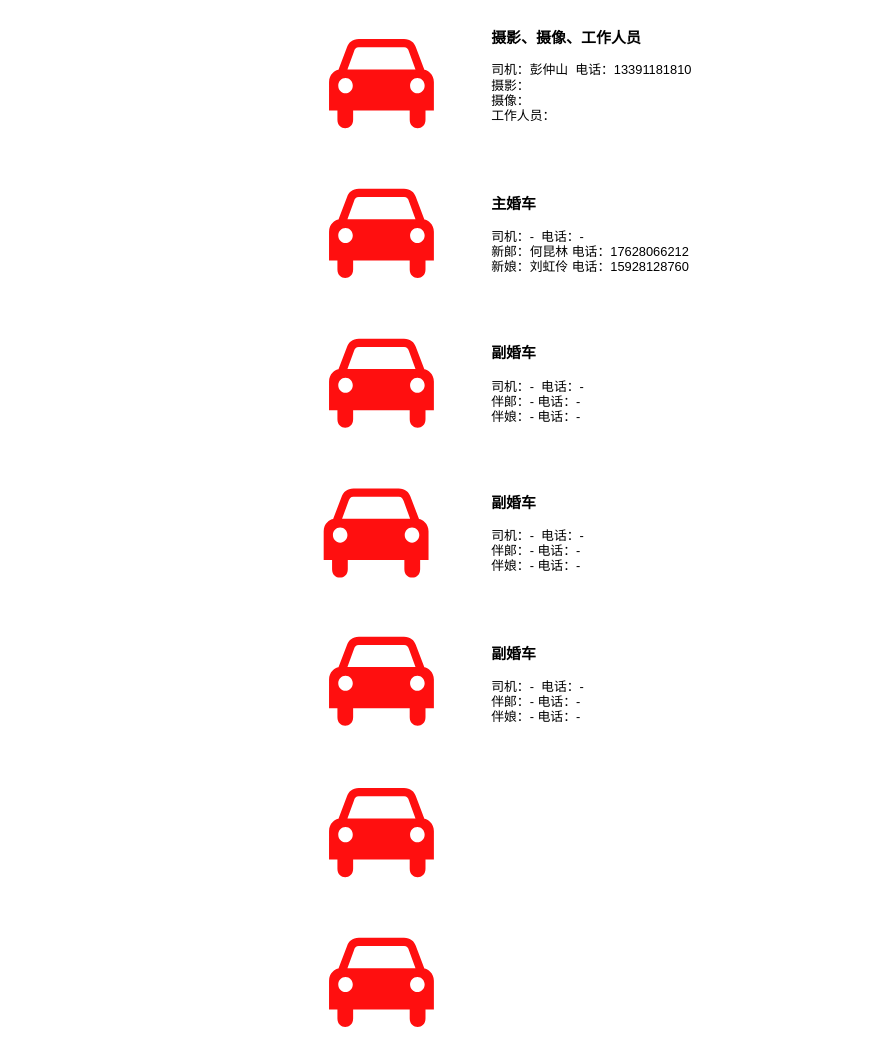
Before: 结婚车队顺序.drawio in rexlin600/diagrams, a draw.io diagram. Source tidied: cells renumbered, new cells numbered last; positions are measured from the earlier drawing's top-left corner, leaving out a move shared by most shapes. Both pictures are drawn from the tidied source at 107%, with x=0, y=0 at pixel (323, 28).
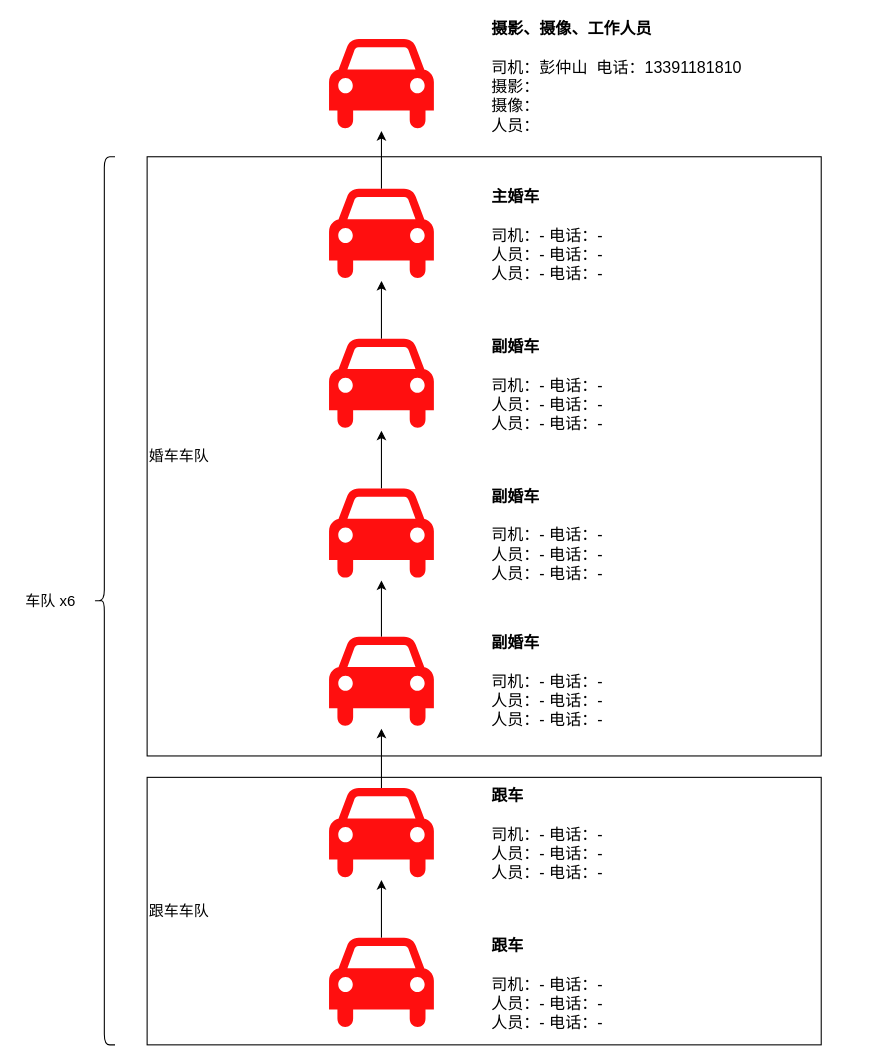
The same page after the edit.

Commit message:
Update 结婚车队顺序.drawio

Unchanged cells that the change refers to:
```xml
<mxCell id="2" style="shape=mxgraph.signs.transportation.car_4;html=1;fillColor=#FF0F0F;strokeColor=none;verticalLabelPosition=bottom;verticalAlign=top;align=center;" parent="1" vertex="1">
  <mxGeometry x="5" y="150" width="98" height="86" as="geometry" />
</mxCell>
<mxCell id="3" style="shape=mxgraph.signs.transportation.car_4;html=1;fillColor=#FF0F0F;strokeColor=none;verticalLabelPosition=bottom;verticalAlign=top;align=center;" parent="1" vertex="1">
  <mxGeometry x="5" y="290" width="98" height="86" as="geometry" />
</mxCell>
<mxCell id="5" style="shape=mxgraph.signs.transportation.car_4;html=1;fillColor=#FF0F0F;strokeColor=none;verticalLabelPosition=bottom;verticalAlign=top;align=center;" parent="1" vertex="1">
  <mxGeometry x="5" y="568.5" width="98" height="86" as="geometry" />
</mxCell>
<mxCell id="6" style="shape=mxgraph.signs.transportation.car_4;html=1;fillColor=#FF0F0F;strokeColor=none;verticalLabelPosition=bottom;verticalAlign=top;align=center;" parent="1" vertex="1">
  <mxGeometry x="5" y="710" width="98" height="86" as="geometry" />
</mxCell>
<mxCell id="7" style="shape=mxgraph.signs.transportation.car_4;html=1;fillColor=#FF0F0F;strokeColor=none;verticalLabelPosition=bottom;verticalAlign=top;align=center;" parent="1" vertex="1">
  <mxGeometry x="5" y="850" width="98" height="86" as="geometry" />
</mxCell>
<mxCell id="8" style="shape=mxgraph.signs.transportation.car_4;html=1;fillColor=#FF0F0F;strokeColor=none;verticalLabelPosition=bottom;verticalAlign=top;align=center;" parent="1" vertex="1">
  <mxGeometry x="5" y="10" width="98" height="86" as="geometry" />
</mxCell>
```

Change to the diagram source:
```diff
@@
+    <mxCell id="14" value="跟车车队" style="rounded=0;whiteSpace=wrap;html=1;fontSize=14;align=left;" parent="1" vertex="1">
+      <mxGeometry x="-165" y="700" width="630" height="250" as="geometry" />
+    </mxCell>
+    <mxCell id="15" value="婚车车队" style="rounded=0;whiteSpace=wrap;html=1;fontSize=14;align=left;" parent="1" vertex="1">
+      <mxGeometry x="-165" y="120" width="630" height="560" as="geometry" />
+    </mxCell>
+    <mxCell id="16" style="edgeStyle=orthogonalEdgeStyle;rounded=0;jettySize=auto;html=1;fontSize=14;" parent="1" edge="1" source="2" target="8">
+      <mxGeometry relative="1" as="geometry" />
+    </mxCell>
@@
+    <mxCell id="17" style="edgeStyle=orthogonalEdgeStyle;rounded=0;jettySize=auto;html=1;fontSize=14;" parent="1" edge="1" source="3" target="2">
+      <mxGeometry relative="1" as="geometry" />
+    </mxCell>
@@
+    <mxCell id="18" style="edgeStyle=orthogonalEdgeStyle;rounded=0;jettySize=auto;html=1;fontSize=14;" parent="1" edge="1" source="4" target="3">
+      <mxGeometry relative="1" as="geometry" />
+    </mxCell>
     <mxCell id="4" style="shape=mxgraph.signs.transportation.car_4;html=1;fillColor=#FF0F0F;strokeColor=none;verticalLabelPosition=bottom;verticalAlign=top;align=center;" parent="1" vertex="1">
-      <mxGeometry y="430" width="98" height="86" as="geometry" />
+      <mxGeometry x="5" y="430" width="98" height="86" as="geometry" />
     </mxCell>
+    <mxCell id="19" style="edgeStyle=orthogonalEdgeStyle;rounded=0;jettySize=auto;html=1;fontSize=14;" parent="1" edge="1" source="5" target="4">
+      <mxGeometry relative="1" as="geometry" />
+    </mxCell>
@@
+    <mxCell id="20" style="edgeStyle=orthogonalEdgeStyle;rounded=0;jettySize=auto;html=1;fontSize=14;" parent="1" edge="1" source="6" target="5">
+      <mxGeometry relative="1" as="geometry" />
+    </mxCell>
@@
+    <mxCell id="21" style="edgeStyle=orthogonalEdgeStyle;rounded=0;jettySize=auto;html=1;fontSize=14;" parent="1" edge="1" source="7" target="6">
+      <mxGeometry relative="1" as="geometry" />
+    </mxCell>
@@
-    <mxCell id="9" value="&lt;b&gt;&lt;font style=&quot;font-size: 14px&quot;&gt;摄影、摄像、工作人员&lt;br&gt;&lt;/font&gt;&lt;/b&gt;&lt;br&gt;司机：彭仲山&amp;nbsp; 电话：13391181810&lt;br&gt;摄影：&lt;br&gt;摄像：&lt;br&gt;工作人员：" style="text;html=1;strokeColor=none;fillColor=none;align=left;verticalAlign=middle;whiteSpace=wrap;rounded=0;" parent="1" vertex="1">
+    <mxCell id="9" value="&lt;b style=&quot;font-size: 15px&quot;&gt;&lt;font style=&quot;font-size: 15px&quot;&gt;摄影、摄像、工作人员&lt;br style=&quot;font-size: 15px&quot;&gt;&lt;/font&gt;&lt;/b&gt;&lt;br style=&quot;font-size: 15px&quot;&gt;司机：彭仲山&amp;nbsp; 电话：13391181810&lt;br style=&quot;font-size: 15px&quot;&gt;摄影：&lt;br style=&quot;font-size: 15px&quot;&gt;摄像：&lt;br style=&quot;font-size: 15px&quot;&gt;人员：" style="text;html=1;strokeColor=none;fillColor=none;align=left;verticalAlign=middle;whiteSpace=wrap;rounded=0;fontSize=15;" parent="1" vertex="1">
       <mxGeometry x="155" width="350" height="90" as="geometry" />
     </mxCell>
-    <mxCell id="10" value="&lt;b&gt;&lt;font style=&quot;font-size: 14px&quot;&gt;主婚车&lt;br&gt;&lt;/font&gt;&lt;/b&gt;&lt;br&gt;司机：-&amp;nbsp; 电话：-&lt;br&gt;新郎：何昆林 电话：17628066212&lt;br&gt;新娘：刘虹伶 电话：15928128760" style="text;html=1;strokeColor=none;fillColor=none;align=left;verticalAlign=middle;whiteSpace=wrap;rounded=0;" parent="1" vertex="1">
-      <mxGeometry x="155" y="148" width="350" height="90" as="geometry" />
+    <mxCell id="10" value="&lt;b style=&quot;font-size: 15px&quot;&gt;&lt;font style=&quot;font-size: 15px&quot;&gt;主婚车&lt;br style=&quot;font-size: 15px&quot;&gt;&lt;/font&gt;&lt;/b&gt;&lt;br style=&quot;font-size: 15px&quot;&gt;司机：- 电话：-&lt;br style=&quot;font-size: 15px&quot;&gt;人员：- 电话：-&lt;br style=&quot;font-size: 15px&quot;&gt;人员：- 电话：-" style="text;html=1;strokeColor=none;fillColor=none;align=left;verticalAlign=middle;whiteSpace=wrap;rounded=0;fontSize=15;" parent="1" vertex="1">
+      <mxGeometry x="155" y="148" width="310" height="90" as="geometry" />
     </mxCell>
-    <mxCell id="11" value="&lt;b&gt;&lt;font style=&quot;font-size: 14px&quot;&gt;副婚车&lt;br&gt;&lt;/font&gt;&lt;/b&gt;&lt;br&gt;司机：-&amp;nbsp; 电话：-&lt;br&gt;伴郎：- 电话：-&lt;br&gt;伴娘：- 电话：-" style="text;html=1;strokeColor=none;fillColor=none;align=left;verticalAlign=middle;whiteSpace=wrap;rounded=0;" parent="1" vertex="1">
-      <mxGeometry x="155" y="288" width="350" height="90" as="geometry" />
+    <mxCell id="11" value="&lt;b style=&quot;font-size: 15px&quot;&gt;&lt;font style=&quot;font-size: 15px&quot;&gt;副婚车&lt;br style=&quot;font-size: 15px&quot;&gt;&lt;/font&gt;&lt;/b&gt;&lt;br style=&quot;font-size: 15px&quot;&gt;司机：- 电话：-&lt;br style=&quot;font-size: 15px&quot;&gt;人员：- 电话：-&lt;br style=&quot;font-size: 15px&quot;&gt;人员：- 电话：-" style="text;html=1;strokeColor=none;fillColor=none;align=left;verticalAlign=middle;whiteSpace=wrap;rounded=0;fontSize=15;" parent="1" vertex="1">
+      <mxGeometry x="155" y="288" width="310" height="90" as="geometry" />
     </mxCell>
-    <mxCell id="12" value="&lt;b&gt;&lt;font style=&quot;font-size: 14px&quot;&gt;副婚车&lt;br&gt;&lt;/font&gt;&lt;/b&gt;&lt;br&gt;司机：-&amp;nbsp; 电话：-&lt;br&gt;伴郎：- 电话：-&lt;br&gt;伴娘：- 电话：-" style="text;html=1;strokeColor=none;fillColor=none;align=left;verticalAlign=middle;whiteSpace=wrap;rounded=0;" parent="1" vertex="1">
-      <mxGeometry x="155" y="428" width="350" height="90" as="geometry" />
+    <mxCell id="12" value="&lt;b style=&quot;font-size: 15px&quot;&gt;&lt;font style=&quot;font-size: 15px&quot;&gt;副婚车&lt;br style=&quot;font-size: 15px&quot;&gt;&lt;/font&gt;&lt;/b&gt;&lt;br style=&quot;font-size: 15px&quot;&gt;司机：- 电话：-&lt;br style=&quot;font-size: 15px&quot;&gt;人员：- 电话：-&lt;br style=&quot;font-size: 15px&quot;&gt;人员：- 电话：-" style="text;html=1;strokeColor=none;fillColor=none;align=left;verticalAlign=middle;whiteSpace=wrap;rounded=0;fontSize=15;" parent="1" vertex="1">
+      <mxGeometry x="155" y="428" width="310" height="90" as="geometry" />
     </mxCell>
-    <mxCell id="13" value="&lt;b&gt;&lt;font style=&quot;font-size: 14px&quot;&gt;副婚车&lt;br&gt;&lt;/font&gt;&lt;/b&gt;&lt;br&gt;司机：-&amp;nbsp; 电话：-&lt;br&gt;伴郎：- 电话：-&lt;br&gt;伴娘：- 电话：-" style="text;html=1;strokeColor=none;fillColor=none;align=left;verticalAlign=middle;whiteSpace=wrap;rounded=0;" parent="1" vertex="1">
-      <mxGeometry x="155" y="568.5" width="350" height="90" as="geometry" />
+    <mxCell id="13" value="&lt;b style=&quot;font-size: 15px&quot;&gt;&lt;font style=&quot;font-size: 15px&quot;&gt;副婚车&lt;br style=&quot;font-size: 15px&quot;&gt;&lt;/font&gt;&lt;/b&gt;&lt;br style=&quot;font-size: 15px&quot;&gt;司机：- 电话：-&lt;br style=&quot;font-size: 15px&quot;&gt;人员：- 电话：-&lt;br style=&quot;font-size: 15px&quot;&gt;人员：- 电话：-" style="text;html=1;strokeColor=none;fillColor=none;align=left;verticalAlign=middle;whiteSpace=wrap;rounded=0;fontSize=15;" parent="1" vertex="1">
+      <mxGeometry x="155" y="565" width="310" height="90" as="geometry" />
     </mxCell>
+    <mxCell id="22" value="&lt;b style=&quot;font-size: 15px&quot;&gt;&lt;font style=&quot;font-size: 15px&quot;&gt;跟车&lt;br style=&quot;font-size: 15px&quot;&gt;&lt;/font&gt;&lt;/b&gt;&lt;br style=&quot;font-size: 15px&quot;&gt;司机：- 电话：-&lt;br style=&quot;font-size: 15px&quot;&gt;人员：- 电话：-&lt;br style=&quot;font-size: 15px&quot;&gt;人员：- 电话：-" style="text;html=1;strokeColor=none;fillColor=none;align=left;verticalAlign=middle;whiteSpace=wrap;rounded=0;fontSize=15;" parent="1" vertex="1">
+      <mxGeometry x="155" y="708" width="310" height="90" as="geometry" />
+    </mxCell>
+    <mxCell id="23" value="&lt;b style=&quot;font-size: 15px&quot;&gt;&lt;font style=&quot;font-size: 15px&quot;&gt;跟车&lt;br style=&quot;font-size: 15px&quot;&gt;&lt;/font&gt;&lt;/b&gt;&lt;br style=&quot;font-size: 15px&quot;&gt;司机：- 电话：-&lt;br style=&quot;font-size: 15px&quot;&gt;人员：- 电话：-&lt;br style=&quot;font-size: 15px&quot;&gt;人员：- 电话：-" style="text;html=1;strokeColor=none;fillColor=none;align=left;verticalAlign=middle;whiteSpace=wrap;rounded=0;fontSize=15;" parent="1" vertex="1">
+      <mxGeometry x="155" y="848" width="310" height="90" as="geometry" />
+    </mxCell>
+    <mxCell id="24" style="shape=curlyBracket;whiteSpace=wrap;html=1;rounded=1;fontSize=14;" parent="1" vertex="1">
+      <mxGeometry x="-215" y="120" width="20" height="830" as="geometry" />
+    </mxCell>
+    <mxCell id="25" value="车队 x6" style="text;html=1;strokeColor=none;fillColor=none;align=center;verticalAlign=middle;whiteSpace=wrap;rounded=0;fontSize=14;" parent="1" vertex="1">
+      <mxGeometry x="-285" y="520" width="60" height="30" as="geometry" />
+    </mxCell>
```
